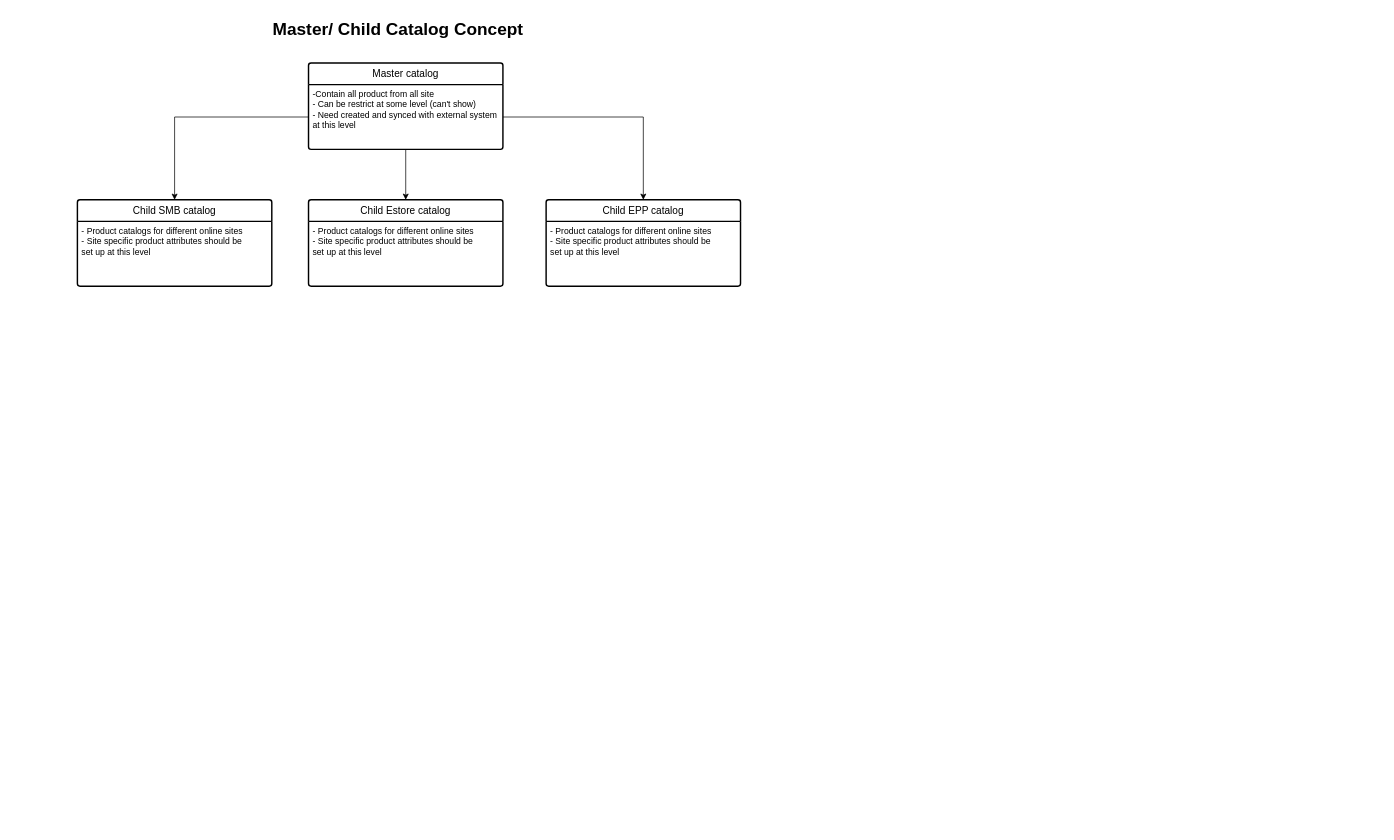
Above: page "2. Master/ChildCatalog Concept" (2 of 3) of Product.drawio in quangha1103/Knownledge-about-e-com-Test (draw.io), before the change. Source tidied: cells renumbered, new cells numbered last; positions are measured from the earlier drawing's top-left corner, leaving out a move shared by most shapes. Both pictures are drawn from the tidied source at 72%, with x=0, y=0 at pixel (77, 12).
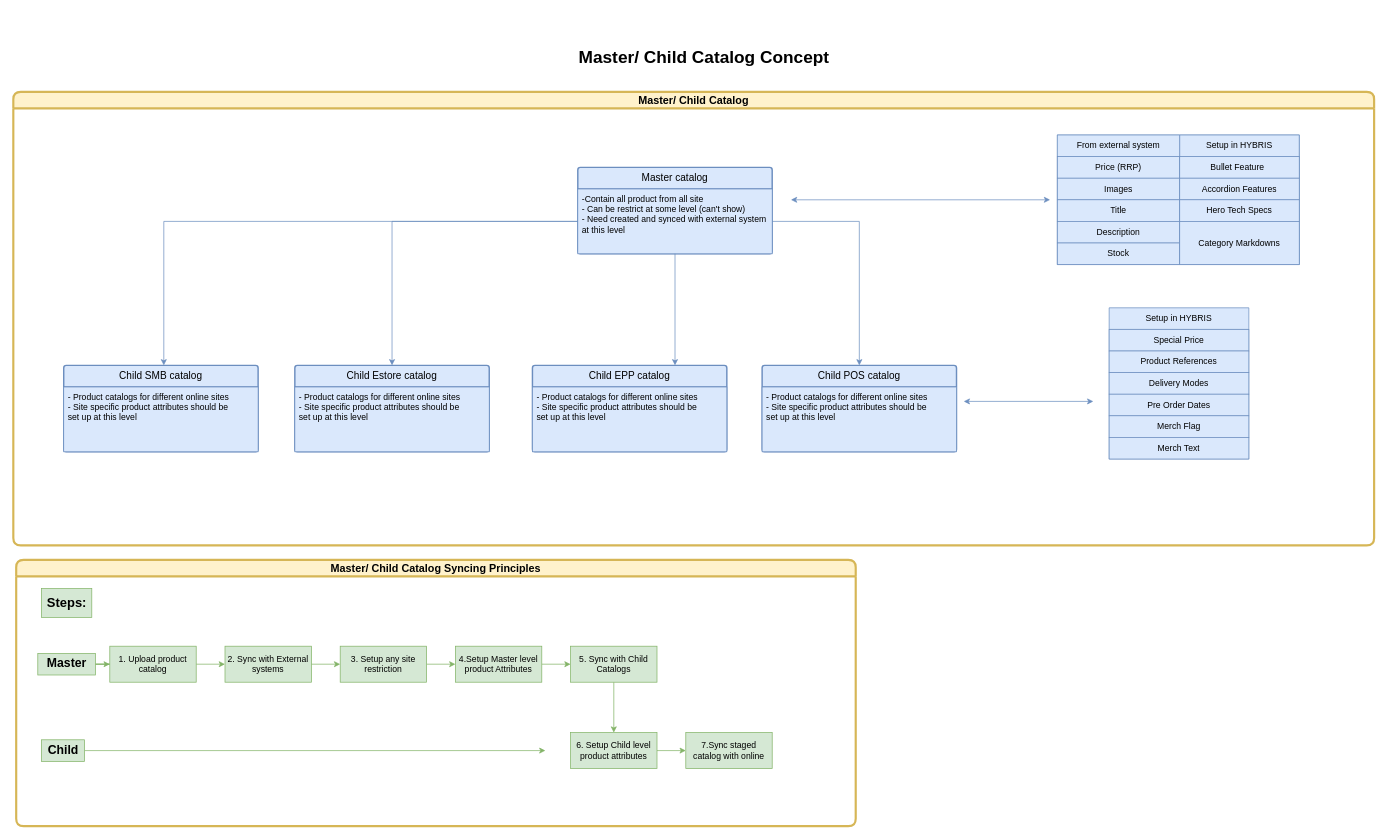
After the change.

What changed in the source:
```diff
@@
+    <mxCell id="14" style="group;" parent="1" vertex="1">
+      <mxGeometry x="-89" width="1900" height="1130" as="geometry" />
+    </mxCell>
-    <mxCell id="2" value="&lt;font style=&quot;font-size: 24px;&quot;&gt;Master/ Child Catalog Concept&lt;/font&gt;&lt;div&gt;&lt;br&gt;&lt;/div&gt;" style="text;html=1;align=center;verticalAlign=middle;strokeColor=none;fillColor=none;fontStyle=1;" parent="1" vertex="1">
-      <mxGeometry x="270" width="350" height="60" as="geometry" />
+    <mxCell id="2" value="&lt;font style=&quot;font-size: 24px;&quot;&gt;Master/ Child Catalog Concept&lt;/font&gt;&lt;div&gt;&lt;br&gt;&lt;/div&gt;" style="text;html=1;align=center;verticalAlign=middle;strokeColor=none;fillColor=none;fontStyle=1;" parent="14" vertex="1">
+      <mxGeometry x="784" y="40" width="350" height="60" as="geometry" />
     </mxCell>
-    <mxCell id="3" value="Master catalog" style="swimlane;horizontal=1;startSize=30;rounded=1;fontSize=14;fontStyle=0;strokeWidth=2;shadow=0;dashed=0;align=center;arcSize=4;whiteSpace=wrap;html=1;" parent="1" vertex="1">
-      <mxGeometry x="321" y="70" width="270" height="120" as="geometry" />
-    </mxCell>
-    <mxCell id="4" value="&lt;div&gt;-Contain all product from all site&lt;/div&gt;&lt;div&gt;- Can be restrict at some level (can't show)&lt;/div&gt;&lt;div&gt;- Need created and synced with external system&lt;/div&gt;&lt;div&gt;at this level&lt;/div&gt;" style="align=left;strokeColor=none;fillColor=none;spacingLeft=4;fontSize=12;verticalAlign=top;html=1;" parent="3" vertex="1">
-      <mxGeometry y="30" width="270" height="90" as="geometry" />
-    </mxCell>
+    <mxCell id="15" value="Master/ Child Catalog" style="swimlane;whiteSpace=wrap;html=1;fontSize=15;strokeWidth=3;perimeterSpacing=0;rounded=1;fillColor=#fff2cc;strokeColor=#d6b656;" parent="14" vertex="1">
+      <mxGeometry y="110" width="1890" height="630" as="geometry" />
+    </mxCell>
-    <mxCell id="5" value="Child Estore catalog" style="swimlane;horizontal=1;startSize=30;rounded=1;fontSize=14;fontStyle=0;strokeWidth=2;shadow=0;dashed=0;align=center;arcSize=4;whiteSpace=wrap;html=1;" parent="1" vertex="1">
-      <mxGeometry x="321" y="260" width="270" height="120" as="geometry" />
+    <mxCell id="5" value="Child Estore catalog" style="swimlane;horizontal=1;startSize=30;rounded=1;fontSize=14;fontStyle=0;strokeWidth=2;shadow=0;dashed=0;align=center;arcSize=4;whiteSpace=wrap;html=1;fillColor=#dae8fc;strokeColor=#6c8ebf;" parent="15" vertex="1">
+      <mxGeometry x="391" y="380" width="270" height="120" as="geometry" />
     </mxCell>
-    <mxCell id="6" value="- Product catalogs for different online sites&lt;div&gt;- Site specific product attributes should be&amp;nbsp;&lt;/div&gt;&lt;div&gt;set up at this level&lt;/div&gt;" style="align=left;strokeColor=none;fillColor=none;spacingLeft=4;fontSize=12;verticalAlign=top;html=1;" parent="5" vertex="1">
+    <mxCell id="6" value="- Product catalogs for different online sites&lt;div&gt;- Site specific product attributes should be&amp;nbsp;&lt;/div&gt;&lt;div&gt;set up at this level&lt;/div&gt;" style="align=left;strokeColor=#6c8ebf;fillColor=#dae8fc;spacingLeft=4;fontSize=12;verticalAlign=top;html=1;" parent="5" vertex="1">
       <mxGeometry y="30" width="270" height="90" as="geometry" />
     </mxCell>
-    <mxCell id="7" value="Child EPP catalog" style="swimlane;horizontal=1;startSize=30;rounded=1;fontSize=14;fontStyle=0;strokeWidth=2;shadow=0;dashed=0;align=center;arcSize=4;whiteSpace=wrap;html=1;" parent="1" vertex="1">
-      <mxGeometry x="651" y="260" width="270" height="120" as="geometry" />
+    <mxCell id="7" value="Child EPP catalog" style="swimlane;horizontal=1;startSize=30;rounded=1;fontSize=14;fontStyle=0;strokeWidth=2;shadow=0;dashed=0;align=center;arcSize=4;whiteSpace=wrap;html=1;fillColor=#dae8fc;strokeColor=#6c8ebf;" parent="15" vertex="1">
+      <mxGeometry x="721" y="380" width="270" height="120" as="geometry" />
     </mxCell>
-    <mxCell id="8" value="- Product catalogs for different online sites&lt;div&gt;- Site specific product attributes should be&amp;nbsp;&lt;/div&gt;&lt;div&gt;set up at this level&lt;/div&gt;" style="align=left;strokeColor=none;fillColor=none;spacingLeft=4;fontSize=12;verticalAlign=top;html=1;" parent="7" vertex="1">
+    <mxCell id="8" value="- Product catalogs for different online sites&lt;div&gt;- Site specific product attributes should be&amp;nbsp;&lt;/div&gt;&lt;div&gt;set up at this level&lt;/div&gt;" style="align=left;strokeColor=#6c8ebf;fillColor=#dae8fc;spacingLeft=4;fontSize=12;verticalAlign=top;html=1;" parent="7" vertex="1">
       <mxGeometry y="30" width="270" height="90" as="geometry" />
     </mxCell>
-    <mxCell id="9" value="Child SMB catalog" style="swimlane;horizontal=1;startSize=30;rounded=1;fontSize=14;fontStyle=0;strokeWidth=2;shadow=0;dashed=0;align=center;arcSize=4;whiteSpace=wrap;html=1;" parent="1" vertex="1">
-      <mxGeometry y="260" width="270" height="120" as="geometry" />
+    <mxCell id="9" value="Child SMB catalog" style="swimlane;horizontal=1;startSize=30;rounded=1;fontSize=14;fontStyle=0;strokeWidth=2;shadow=0;dashed=0;align=center;arcSize=4;whiteSpace=wrap;html=1;fillColor=#dae8fc;strokeColor=#6c8ebf;" parent="15" vertex="1">
+      <mxGeometry x="70" y="380" width="270" height="120" as="geometry" />
     </mxCell>
-    <mxCell id="10" value="- Product catalogs for different online sites&lt;div&gt;- Site specific product attributes should be&amp;nbsp;&lt;/div&gt;&lt;div&gt;set up at this level&lt;/div&gt;" style="align=left;strokeColor=none;fillColor=none;spacingLeft=4;fontSize=12;verticalAlign=top;html=1;" parent="9" vertex="1">
+    <mxCell id="10" value="- Product catalogs for different online sites&lt;div&gt;- Site specific product attributes should be&amp;nbsp;&lt;/div&gt;&lt;div&gt;set up at this level&lt;/div&gt;" style="align=left;strokeColor=#6c8ebf;fillColor=#dae8fc;spacingLeft=4;fontSize=12;verticalAlign=top;html=1;" parent="9" vertex="1">
       <mxGeometry y="30" width="270" height="90" as="geometry" />
     </mxCell>
+    <mxCell id="16" style="group;fillColor=#dae8fc;strokeColor=#6c8ebf;" parent="15" vertex="1">
+      <mxGeometry x="1450" y="60" width="336" height="180" as="geometry" />
+    </mxCell>
+    <mxCell id="17" value="From external system" style="swimlane;fontStyle=0;horizontal=1;startSize=30;whiteSpace=wrap;html=1;align=center;fillColor=#dae8fc;strokeColor=#6c8ebf;" parent="16" vertex="1">
+      <mxGeometry width="170" height="180" as="geometry" />
+    </mxCell>
+    <mxCell id="18" value="Price (RRP)" style="text;strokeColor=#6c8ebf;fillColor=#dae8fc;align=center;verticalAlign=middle;spacingLeft=4;spacingRight=4;overflow=hidden;whiteSpace=wrap;html=1;" parent="17" vertex="1">
+      <mxGeometry y="30" width="170" height="30" as="geometry" />
+    </mxCell>
+    <mxCell id="19" value="Images" style="text;strokeColor=#6c8ebf;fillColor=#dae8fc;align=center;verticalAlign=middle;spacingLeft=4;spacingRight=4;overflow=hidden;whiteSpace=wrap;html=1;" parent="17" vertex="1">
+      <mxGeometry y="60" width="170" height="30" as="geometry" />
+    </mxCell>
+    <mxCell id="20" value="Title" style="text;strokeColor=#6c8ebf;fillColor=#dae8fc;align=center;verticalAlign=middle;spacingLeft=4;spacingRight=4;overflow=hidden;whiteSpace=wrap;html=1;" parent="17" vertex="1">
+      <mxGeometry y="90" width="170" height="30" as="geometry" />
+    </mxCell>
+    <mxCell id="21" value="Description" style="text;strokeColor=#6c8ebf;fillColor=#dae8fc;align=center;verticalAlign=middle;spacingLeft=4;spacingRight=4;overflow=hidden;whiteSpace=wrap;html=1;" parent="17" vertex="1">
+      <mxGeometry y="120" width="170" height="30" as="geometry" />
+    </mxCell>
+    <mxCell id="22" value="Stock" style="text;strokeColor=#6c8ebf;fillColor=#dae8fc;align=center;verticalAlign=middle;spacingLeft=4;spacingRight=4;overflow=hidden;whiteSpace=wrap;html=1;" parent="17" vertex="1">
+      <mxGeometry y="150" width="170" height="30" as="geometry" />
+    </mxCell>
+    <mxCell id="23" value="Setup in HYBRIS" style="swimlane;fontStyle=0;horizontal=1;startSize=30;whiteSpace=wrap;html=1;align=center;fillColor=#dae8fc;strokeColor=#6c8ebf;" parent="16" vertex="1">
+      <mxGeometry x="170" width="166" height="180" as="geometry" />
+    </mxCell>
+    <mxCell id="24" value="Bullet Feature&lt;span style=&quot;white-space: pre;&quot;&gt;&#9;&lt;/span&gt;" style="text;strokeColor=#6c8ebf;fillColor=#dae8fc;align=center;verticalAlign=middle;spacingLeft=4;spacingRight=4;overflow=hidden;whiteSpace=wrap;html=1;" parent="23" vertex="1">
+      <mxGeometry y="30" width="166" height="30" as="geometry" />
+    </mxCell>
+    <mxCell id="25" value="Accordion Features" style="text;strokeColor=#6c8ebf;fillColor=#dae8fc;align=center;verticalAlign=middle;spacingLeft=4;spacingRight=4;overflow=hidden;whiteSpace=wrap;html=1;" parent="23" vertex="1">
+      <mxGeometry y="60" width="166" height="30" as="geometry" />
+    </mxCell>
+    <mxCell id="26" value="Hero Tech Specs" style="text;strokeColor=#6c8ebf;fillColor=#dae8fc;align=center;verticalAlign=middle;spacingLeft=4;spacingRight=4;overflow=hidden;whiteSpace=wrap;html=1;" parent="23" vertex="1">
+      <mxGeometry y="90" width="166" height="30" as="geometry" />
+    </mxCell>
+    <mxCell id="27" value="Category Markdowns" style="text;strokeColor=#6c8ebf;fillColor=#dae8fc;align=center;verticalAlign=middle;spacingLeft=4;spacingRight=4;overflow=hidden;whiteSpace=wrap;html=1;" parent="23" vertex="1">
+      <mxGeometry y="120" width="166" height="60" as="geometry" />
+    </mxCell>
+    <mxCell id="28" value="Setup in HYBRIS" style="swimlane;fontStyle=0;horizontal=1;startSize=30;whiteSpace=wrap;html=1;align=center;fillColor=#dae8fc;strokeColor=#6c8ebf;" parent="15" vertex="1">
+      <mxGeometry x="1522" y="300" width="194" height="210" as="geometry" />
+    </mxCell>
+    <mxCell id="29" value="Special Price" style="text;strokeColor=#6c8ebf;fillColor=#dae8fc;align=center;verticalAlign=middle;spacingLeft=4;spacingRight=4;overflow=hidden;whiteSpace=wrap;html=1;" parent="28" vertex="1">
+      <mxGeometry y="30" width="194" height="30" as="geometry" />
+    </mxCell>
+    <mxCell id="30" value="Product References" style="text;strokeColor=#6c8ebf;fillColor=#dae8fc;align=center;verticalAlign=middle;spacingLeft=4;spacingRight=4;overflow=hidden;whiteSpace=wrap;html=1;" parent="28" vertex="1">
+      <mxGeometry y="60" width="194" height="30" as="geometry" />
+    </mxCell>
+    <mxCell id="31" value="Delivery Modes" style="text;strokeColor=#6c8ebf;fillColor=#dae8fc;align=center;verticalAlign=middle;spacingLeft=4;spacingRight=4;overflow=hidden;whiteSpace=wrap;html=1;" parent="28" vertex="1">
+      <mxGeometry y="90" width="194" height="30" as="geometry" />
+    </mxCell>
+    <mxCell id="32" value="Pre Order Dates" style="text;strokeColor=#6c8ebf;fillColor=#dae8fc;align=center;verticalAlign=middle;spacingLeft=4;spacingRight=4;overflow=hidden;whiteSpace=wrap;html=1;" parent="28" vertex="1">
+      <mxGeometry y="120" width="194" height="30" as="geometry" />
+    </mxCell>
+    <mxCell id="33" value="Merch Flag" style="text;strokeColor=#6c8ebf;fillColor=#dae8fc;align=center;verticalAlign=middle;spacingLeft=4;spacingRight=4;overflow=hidden;whiteSpace=wrap;html=1;" parent="28" vertex="1">
+      <mxGeometry y="150" width="194" height="30" as="geometry" />
+    </mxCell>
+    <mxCell id="34" value="Merch Text" style="text;strokeColor=#6c8ebf;fillColor=#dae8fc;align=center;verticalAlign=middle;spacingLeft=4;spacingRight=4;overflow=hidden;whiteSpace=wrap;html=1;" parent="28" vertex="1">
+      <mxGeometry y="180" width="194" height="30" as="geometry" />
+    </mxCell>
+    <mxCell id="35" value="Child POS catalog" style="swimlane;horizontal=1;startSize=30;rounded=1;fontSize=14;fontStyle=0;strokeWidth=2;shadow=0;dashed=0;align=center;arcSize=4;whiteSpace=wrap;html=1;fillColor=#dae8fc;strokeColor=#6c8ebf;" parent="15" vertex="1">
+      <mxGeometry x="1040" y="380" width="270" height="120" as="geometry" />
+    </mxCell>
+    <mxCell id="36" value="- Product catalogs for different online sites&lt;div&gt;- Site specific product attributes should be&amp;nbsp;&lt;/div&gt;&lt;div&gt;set up at this level&lt;/div&gt;" style="align=left;strokeColor=#6c8ebf;fillColor=#dae8fc;spacingLeft=4;fontSize=12;verticalAlign=top;html=1;" parent="35" vertex="1">
+      <mxGeometry y="30" width="270" height="90" as="geometry" />
+    </mxCell>
+    <mxCell id="37" value="Master/ Child Catalog Syncing Principles" style="swimlane;whiteSpace=wrap;html=1;fontSize=15;strokeWidth=3;perimeterSpacing=0;rounded=1;fillColor=#fff2cc;strokeColor=#d6b656;" parent="14" vertex="1">
+      <mxGeometry x="4" y="760" width="1166" height="370" as="geometry" />
+    </mxCell>
+    <mxCell id="38" style="edgeStyle=orthogonalEdgeStyle;rounded=0;jettySize=auto;html=1;fillColor=#d5e8d4;strokeColor=#82b366;" parent="37" edge="1" source="39" target="41">
+      <mxGeometry relative="1" as="geometry" />
+    </mxCell>
+    <mxCell id="39" value="1. Upload product catalog" style="whiteSpace=wrap;html=1;align=center;fillColor=#d5e8d4;strokeColor=#82b366;" parent="37" vertex="1">
+      <mxGeometry x="130" y="120" width="120" height="50" as="geometry" />
+    </mxCell>
+    <mxCell id="40" style="edgeStyle=orthogonalEdgeStyle;rounded=0;jettySize=auto;html=1;fillColor=#d5e8d4;strokeColor=#82b366;" parent="37" edge="1" source="41" target="43">
+      <mxGeometry relative="1" as="geometry" />
+    </mxCell>
+    <mxCell id="41" value="2. Sync with External systems" style="whiteSpace=wrap;html=1;align=center;fillColor=#d5e8d4;strokeColor=#82b366;" parent="37" vertex="1">
+      <mxGeometry x="290" y="120" width="120" height="50" as="geometry" />
+    </mxCell>
+    <mxCell id="42" style="edgeStyle=orthogonalEdgeStyle;rounded=0;jettySize=auto;html=1;fillColor=#d5e8d4;strokeColor=#82b366;" parent="37" edge="1" source="43" target="45">
+      <mxGeometry relative="1" as="geometry" />
+    </mxCell>
+    <mxCell id="43" value="3. Setup any site restriction" style="whiteSpace=wrap;html=1;align=center;fillColor=#d5e8d4;strokeColor=#82b366;" parent="37" vertex="1">
+      <mxGeometry x="450" y="120" width="120" height="50" as="geometry" />
+    </mxCell>
+    <mxCell id="44" style="edgeStyle=orthogonalEdgeStyle;rounded=0;jettySize=auto;html=1;fillColor=#d5e8d4;strokeColor=#82b366;" parent="37" edge="1" source="45" target="47">
+      <mxGeometry relative="1" as="geometry" />
+    </mxCell>
+    <mxCell id="45" value="4.Setup Master level product Attributes" style="whiteSpace=wrap;html=1;align=center;fillColor=#d5e8d4;strokeColor=#82b366;" parent="37" vertex="1">
+      <mxGeometry x="610" y="120" width="120" height="50" as="geometry" />
+    </mxCell>
+    <mxCell id="46" style="edgeStyle=orthogonalEdgeStyle;rounded=0;jettySize=auto;html=1;fillColor=#d5e8d4;strokeColor=#82b366;" parent="37" edge="1" source="47" target="49">
+      <mxGeometry relative="1" as="geometry" />
+    </mxCell>
+    <mxCell id="47" value="5. Sync with Child Catalogs" style="whiteSpace=wrap;html=1;align=center;fillColor=#d5e8d4;strokeColor=#82b366;" parent="37" vertex="1">
+      <mxGeometry x="770" y="120" width="120" height="50" as="geometry" />
+    </mxCell>
+    <mxCell id="48" style="edgeStyle=orthogonalEdgeStyle;rounded=0;jettySize=auto;html=1;fillColor=#d5e8d4;strokeColor=#82b366;" parent="37" edge="1" source="49" target="50">
+      <mxGeometry relative="1" as="geometry" />
+    </mxCell>
+    <mxCell id="49" value="6. Setup Child level product attributes" style="whiteSpace=wrap;html=1;align=center;fillColor=#d5e8d4;strokeColor=#82b366;" parent="37" vertex="1">
+      <mxGeometry x="770" y="240" width="120" height="50" as="geometry" />
+    </mxCell>
+    <mxCell id="50" value="7.Sync staged catalog with online" style="whiteSpace=wrap;html=1;align=center;fillColor=#d5e8d4;strokeColor=#82b366;" parent="37" vertex="1">
+      <mxGeometry x="930" y="240" width="120" height="50" as="geometry" />
+    </mxCell>
+    <mxCell id="51" style="edgeStyle=orthogonalEdgeStyle;rounded=0;jettySize=auto;html=1;fillColor=#d5e8d4;strokeColor=#82b366;" parent="37" edge="1" source="52" target="39">
+      <mxGeometry relative="1" as="geometry" />
+    </mxCell>
+    <mxCell id="52" value="Master" style="text;html=1;align=center;verticalAlign=middle;points=[];strokeColor=#82b366;fillColor=#d5e8d4;fontSize=17;fontStyle=1;" parent="37" vertex="1">
+      <mxGeometry x="30" y="130" width="80" height="30" as="geometry" />
+    </mxCell>
+    <mxCell id="53" style="edgeStyle=orthogonalEdgeStyle;rounded=0;jettySize=auto;html=1;fillColor=#d5e8d4;strokeColor=#82b366;" parent="37" edge="1" source="54">
+      <mxGeometry relative="1" as="geometry">
+        <mxPoint x="735" y="265" as="targetPoint" />
+      </mxGeometry>
+    </mxCell>
+    <mxCell id="54" value="Child" style="text;html=1;align=center;verticalAlign=middle;points=[];strokeColor=#82b366;fillColor=#d5e8d4;fontSize=17;fontStyle=1;" parent="37" vertex="1">
+      <mxGeometry x="35" y="250" width="60" height="30" as="geometry" />
+    </mxCell>
+    <mxCell id="55" value="Steps:" style="text;html=1;align=center;verticalAlign=middle;strokeColor=#82b366;fillColor=#d5e8d4;fontStyle=1;fontSize=18;" parent="37" vertex="1">
+      <mxGeometry x="35" y="40" width="70" height="40" as="geometry" />
+    </mxCell>
+    <mxCell id="3" value="Master catalog" style="swimlane;horizontal=1;startSize=30;rounded=1;fontSize=14;fontStyle=0;strokeWidth=2;shadow=0;dashed=0;align=center;arcSize=4;whiteSpace=wrap;html=1;fillColor=#dae8fc;strokeColor=#6c8ebf;" parent="14" vertex="1">
+      <mxGeometry x="784" y="215" width="270" height="120" as="geometry" />
+    </mxCell>
+    <mxCell id="4" value="&lt;div&gt;-Contain all product from all site&lt;/div&gt;&lt;div&gt;- Can be restrict at some level (can't show)&lt;/div&gt;&lt;div&gt;- Need created and synced with external system&lt;/div&gt;&lt;div&gt;at this level&lt;/div&gt;" style="align=left;strokeColor=#6c8ebf;fillColor=#dae8fc;spacingLeft=4;fontSize=12;verticalAlign=top;html=1;" parent="3" vertex="1">
+      <mxGeometry y="30" width="270" height="90" as="geometry" />
+    </mxCell>
-    <mxCell id="11" style="edgeStyle=orthogonalEdgeStyle;rounded=0;jettySize=auto;html=1;" parent="1" edge="1" source="4" target="5">
+    <mxCell id="11" style="edgeStyle=orthogonalEdgeStyle;rounded=0;jettySize=auto;html=1;fillColor=#dae8fc;strokeColor=#6c8ebf;" parent="14" edge="1" source="4" target="5">
       <mxGeometry relative="1" as="geometry" />
     </mxCell>
-    <mxCell id="12" style="edgeStyle=orthogonalEdgeStyle;rounded=0;jettySize=auto;html=1;" parent="1" edge="1" source="4" target="9">
-      <mxGeometry relative="1" as="geometry" />
+    <mxCell id="12" style="edgeStyle=orthogonalEdgeStyle;rounded=0;jettySize=auto;html=1;fillColor=#dae8fc;strokeColor=#6c8ebf;" parent="14" edge="1" source="4" target="9">
+      <mxGeometry relative="1" as="geometry">
+        <Array as="points">
+          <mxPoint x="209" y="290" />
+        </Array>
+      </mxGeometry>
     </mxCell>
-    <mxCell id="13" style="edgeStyle=orthogonalEdgeStyle;rounded=0;jettySize=auto;html=1;" parent="1" edge="1" source="4" target="7">
-      <mxGeometry relative="1" as="geometry" />
+    <mxCell id="13" style="edgeStyle=orthogonalEdgeStyle;rounded=0;jettySize=auto;html=1;fillColor=#dae8fc;strokeColor=#6c8ebf;" parent="14" edge="1" source="4" target="7">
+      <mxGeometry relative="1" as="geometry">
+        <Array as="points">
+          <mxPoint x="860" y="290" />
+        </Array>
+      </mxGeometry>
     </mxCell>
+    <mxCell id="56" style="edgeStyle=orthogonalEdgeStyle;rounded=0;jettySize=auto;html=1;fillColor=#dae8fc;strokeColor=#6c8ebf;" parent="14" edge="1" source="4" target="35">
+      <mxGeometry relative="1" as="geometry">
+        <Array as="points">
+          <mxPoint x="1175" y="290" />
+        </Array>
+      </mxGeometry>
+    </mxCell>
+    <mxCell id="57" style="endArrow=classic;startArrow=classic;html=1;rounded=0;fillColor=#dae8fc;strokeColor=#6c8ebf;" parent="14" edge="1">
+      <mxGeometry relative="1" as="geometry">
+        <mxPoint x="1080" y="260" as="sourcePoint" />
+        <mxPoint x="1440" y="260" as="targetPoint" />
+      </mxGeometry>
+    </mxCell>
+    <mxCell id="58" style="endArrow=classic;startArrow=classic;html=1;rounded=0;fillColor=#dae8fc;strokeColor=#6c8ebf;" parent="14" edge="1">
+      <mxGeometry relative="1" as="geometry">
+        <mxPoint x="1320" y="540" as="sourcePoint" />
+        <mxPoint x="1500" y="540" as="targetPoint" />
+      </mxGeometry>
+    </mxCell>
```
